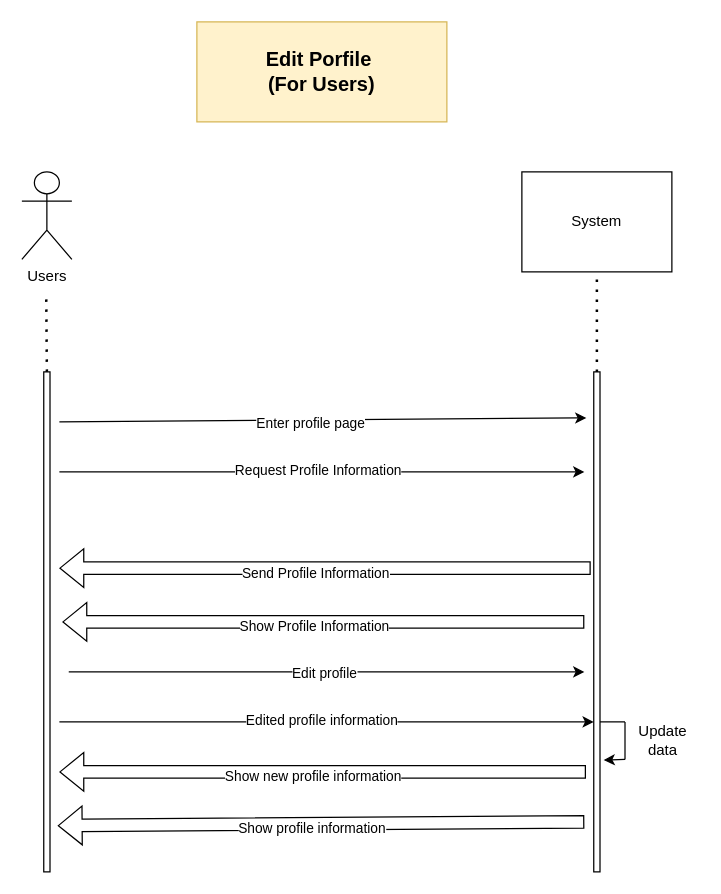
The draw.io diagram page "Edit Profile (For Users)" (11 of 17) of StudtMate.drawio in ParkinnAuto/StudyMate, before the edit. Source tidied: cells renumbered, new cells numbered last; positions are measured from the earlier drawing's top-left corner, leaving out a move shared by most shapes. Both pictures are drawn from the tidied source at 125%, with x=0, y=0 at pixel (21, 21).
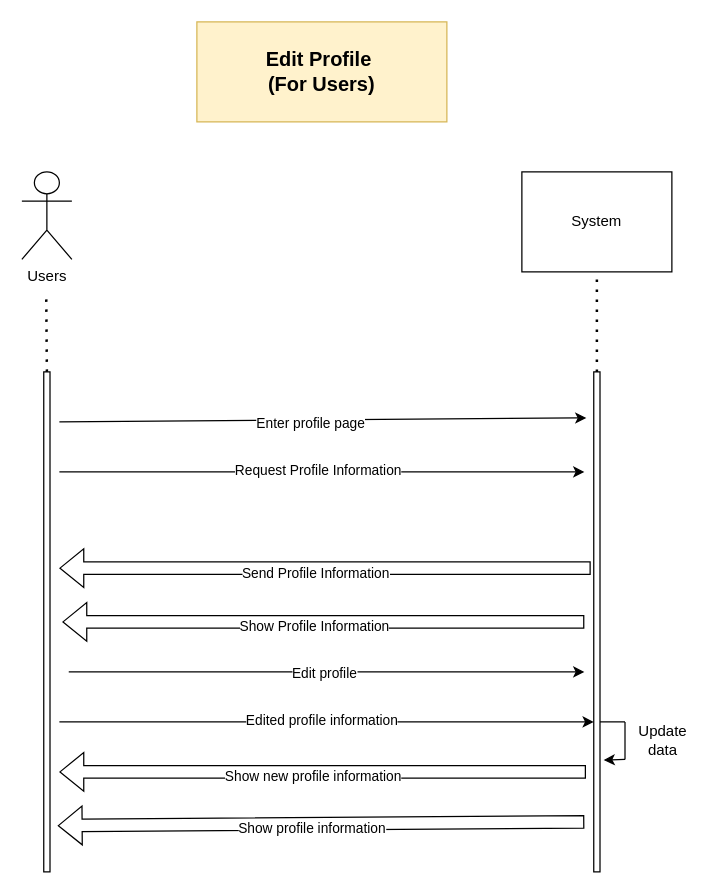
The same page after the edit.

The edit, as a diff of the source:
```diff
@@
-    <mxCell id="8" value="&lt;div&gt;&lt;b&gt;&lt;font style=&quot;font-size: 16px;&quot;&gt;Edit Porfile&amp;nbsp;&lt;/font&gt;&lt;/b&gt;&lt;/div&gt;&lt;div&gt;&lt;b&gt;&lt;font style=&quot;font-size: 16px;&quot;&gt;(For Users)&lt;/font&gt;&lt;/b&gt;&lt;/div&gt;" style="text;html=1;align=center;verticalAlign=middle;whiteSpace=wrap;rounded=0;fillColor=#fff2cc;strokeColor=#d6b656;" parent="1" vertex="1">
+    <mxCell id="8" value="&lt;div&gt;&lt;b&gt;&lt;font style=&quot;font-size: 16px;&quot;&gt;Edit Profile&amp;nbsp;&lt;/font&gt;&lt;/b&gt;&lt;/div&gt;&lt;div&gt;&lt;b&gt;&lt;font style=&quot;font-size: 16px;&quot;&gt;(For Users)&lt;/font&gt;&lt;/b&gt;&lt;/div&gt;" style="text;html=1;align=center;verticalAlign=middle;whiteSpace=wrap;rounded=0;fillColor=#fff2cc;strokeColor=#d6b656;" parent="1" vertex="1">
       <mxGeometry x="140" width="200" height="80" as="geometry" />
     </mxCell>
```
